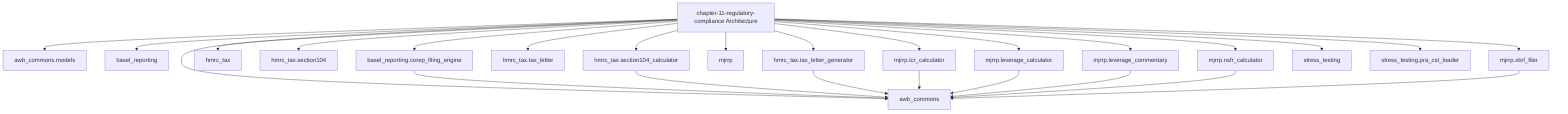
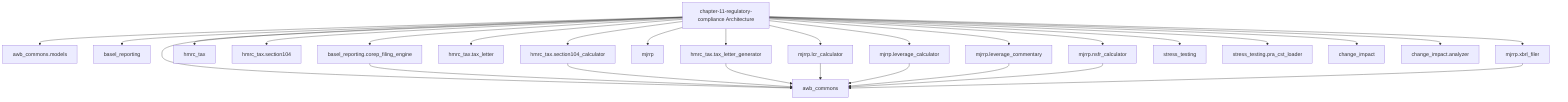
flowchart TD
  T["chapter-11-regulatory-compliance Architecture"]
  M1["awb_commons"]
  T --> M1
  M2["awb_commons.models"]
  T --> M2
  M3["basel_reporting"]
  T --> M3
  M4["basel_reporting.corep_filing_engine"]
  T --> M4
  M5["hmrc_tax"]
  T --> M5
  M6["hmrc_tax.section104"]
  T --> M6
  M7["hmrc_tax.section104_calculator"]
  T --> M7
  M8["hmrc_tax.tax_letter"]
  T --> M8
  M9["hmrc_tax.tax_letter_generator"]
  T --> M9
  M10["mjrrp"]
  T --> M10
  M11["mjrrp.lcr_calculator"]
  T --> M11
  M12["mjrrp.leverage_calculator"]
  T --> M12
  M13["mjrrp.leverage_commentary"]
  T --> M13
  M14["mjrrp.nsfr_calculator"]
  T --> M14
  M15["mjrrp.xbrl_filer"]
  T --> M15
  M16["stress_testing"]
  T --> M16
  M17["stress_testing.pra_cst_loader"]
  T --> M17
+   M18["change_impact"]
+   T --> M18
+   M19["change_impact.analyzer"]
+   T --> M19
  M4 --> M1
  M7 --> M1
  M9 --> M1
  M11 --> M1
  M12 --> M1
  M13 --> M1
  M14 --> M1
  M15 --> M1
